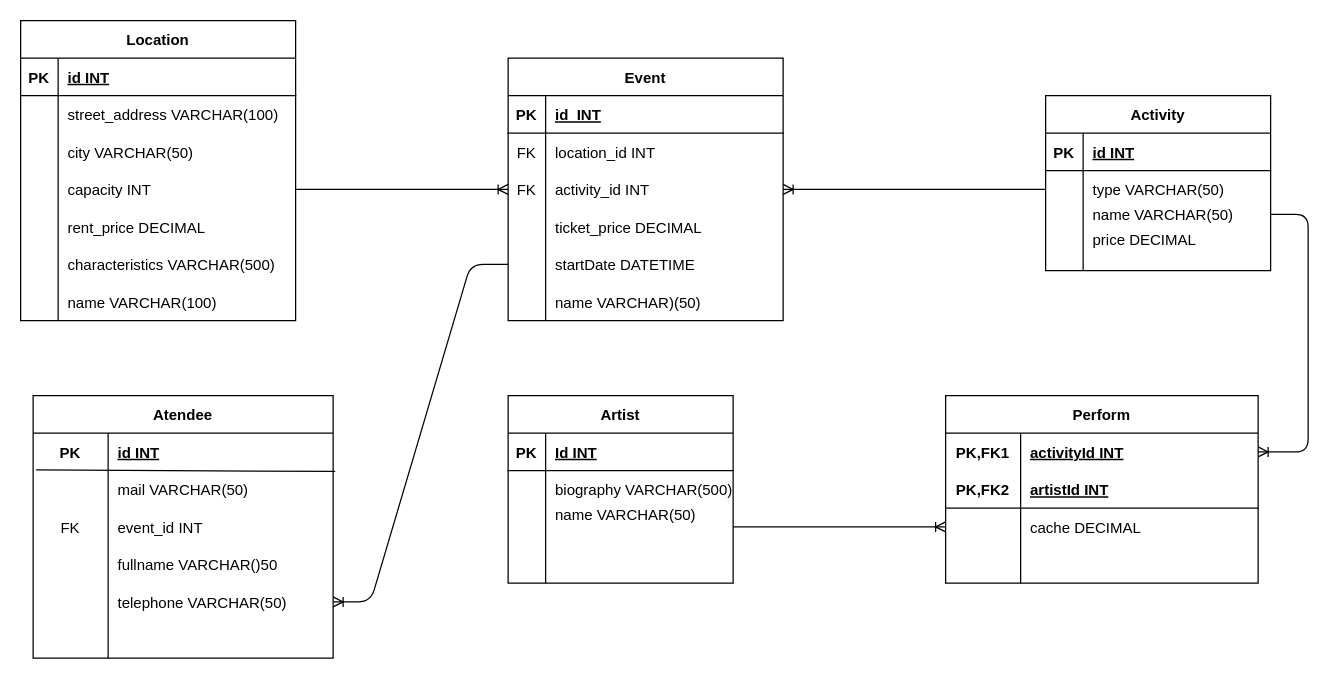
Before: Solution/Relational_Model-Empresa_Eventos.drawio in PabloPaezSheridan/EventsEnterpriseSQLDesign, a draw.io diagram. Source tidied: cells renumbered, new cells numbered last; positions are measured from the earlier drawing's top-left corner, leaving out a move shared by most shapes. Both pictures are drawn from the tidied source at 125%, with x=0, y=0 at pixel (20, 20).
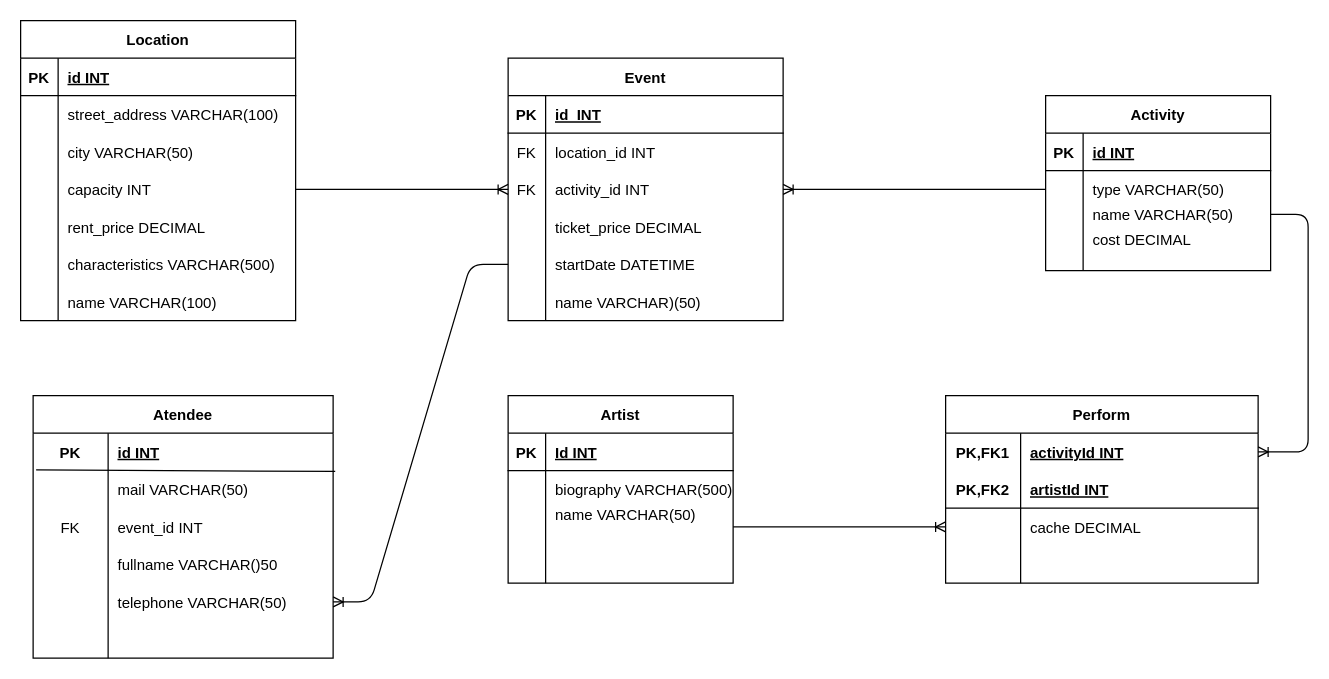
Above is the later version.

The edit, as a diff of the source:
```diff
@@
-    <mxCell id="105" value="price DECIMAL" style="shape=partialRectangle;fillColor=none;top=0;left=0;bottom=0;right=0;align=left;spacingLeft=6;overflow=hidden;" parent="1" vertex="1">
+    <mxCell id="105" value="cost DECIMAL" style="shape=partialRectangle;fillColor=none;top=0;left=0;bottom=0;right=0;align=left;spacingLeft=6;overflow=hidden;" parent="1" vertex="1">
       <mxGeometry x="850" y="160" width="150" height="30" as="geometry" />
     </mxCell>
```
